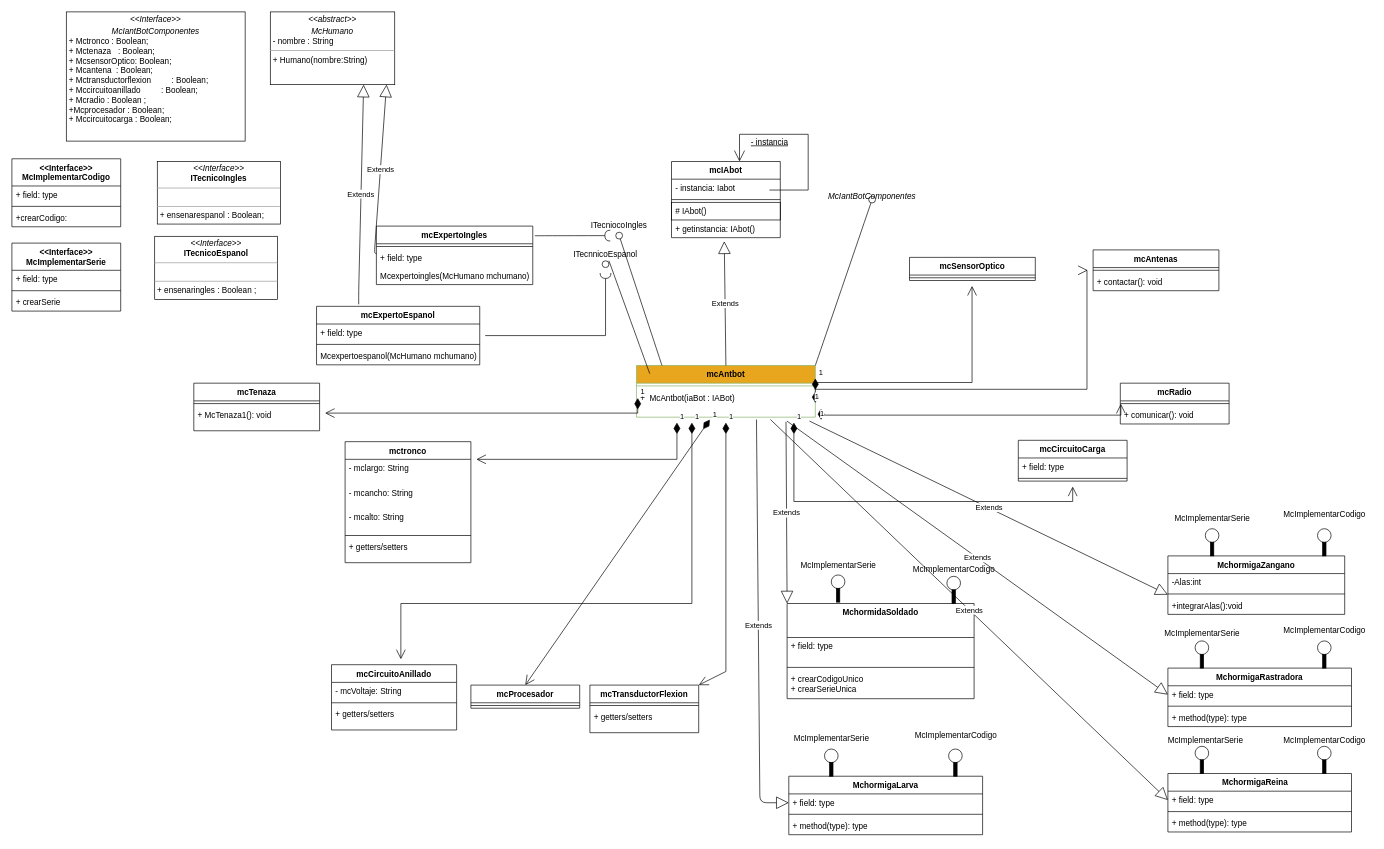
This is MCutilities/diagramaClasaAntoBot.dio from Vladimirjon/AntBot, a draw.io file, before an edit. Source tidied: cells renumbered, new cells numbered last; positions are measured from the earlier drawing's top-left corner, leaving out a move shared by most shapes. Both pictures are drawn from the tidied source at 68%, with x=0, y=0 at pixel (12, 12).
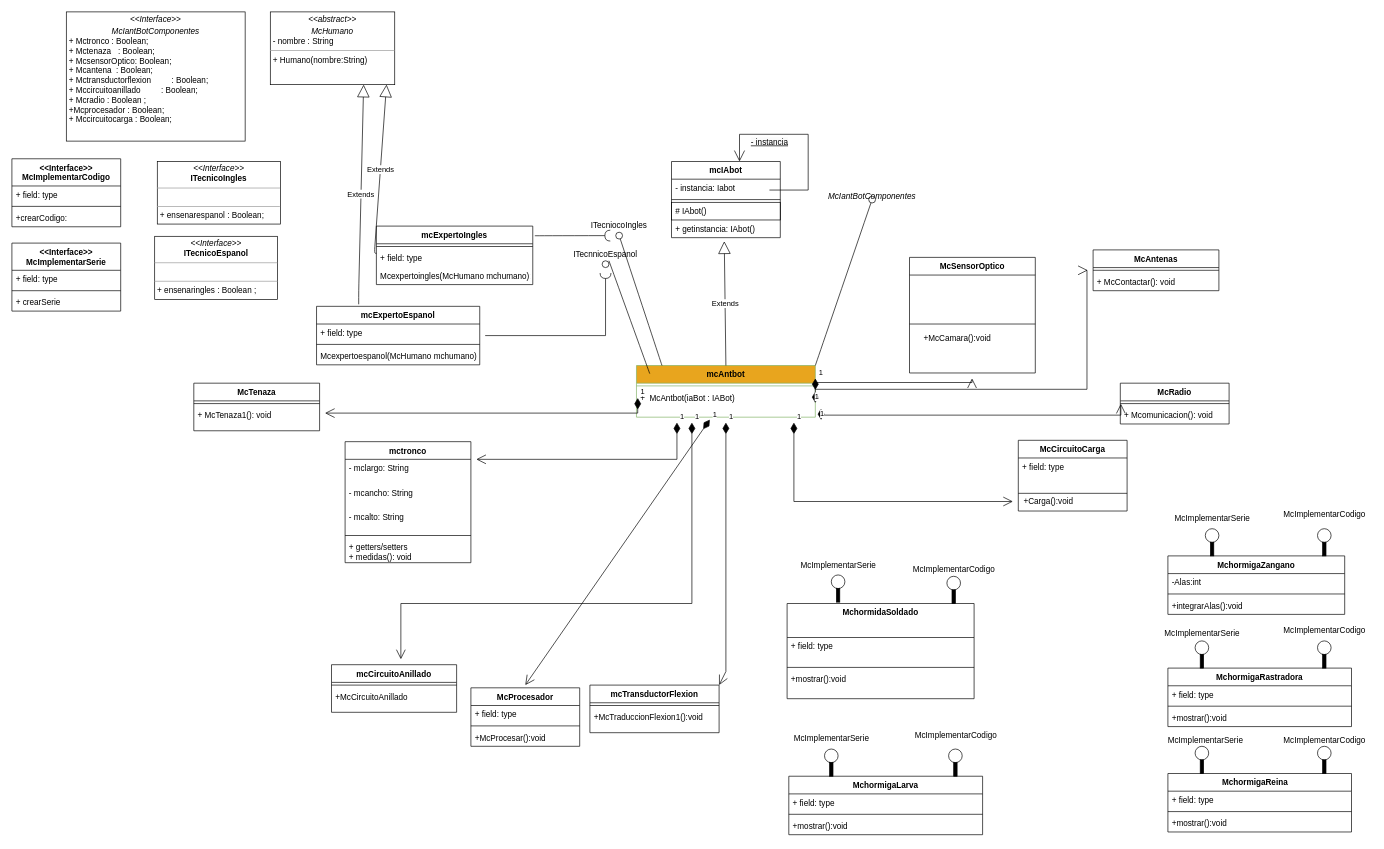
The same page after the edit.

Unchanged cells that the change refers to:
```xml
<mxCell id="11" value="+  McAntbot(iaBot : IABot)&#10;" style="text;strokeColor=none;fillColor=none;align=left;verticalAlign=top;spacingLeft=4;spacingRight=4;overflow=hidden;points=[[0,0.5],[1,0.5]];portConstraint=eastwest;" parent="9" vertex="1">
  <mxGeometry y="34" width="263" height="42" as="geometry" />
</mxCell>
<mxCell id="15" value="mctronco" style="swimlane;fontStyle=1;align=center;verticalAlign=top;horizontal=1;startSize=26;" parent="1" vertex="1">
  <mxGeometry x="490" y="632" width="185" height="178" as="geometry" />
</mxCell>
<mxCell id="73" value="MchormidaSoldado" style="swimlane;fontStyle=1;align=center;verticalAlign=top;horizontal=1;startSize=50;" parent="1" vertex="1">
  <mxGeometry x="1140" y="870" width="275" height="140" as="geometry" />
</mxCell>
<mxCell id="81" value="MchormigaLarva" style="swimlane;fontStyle=1;align=center;verticalAlign=top;horizontal=1;startSize=26;" parent="1" vertex="1">
  <mxGeometry x="1142.5" y="1124" width="285" height="86" as="geometry" />
</mxCell>
<mxCell id="82" value="+ field: type" style="text;strokeColor=none;fillColor=none;align=left;verticalAlign=top;spacingLeft=4;spacingRight=4;overflow=hidden;points=[[0,0.5],[1,0.5]];portConstraint=eastwest;" parent="81" vertex="1">
  <mxGeometry y="26" width="285" height="26" as="geometry" />
</mxCell>
<mxCell id="85" value="MchormigaRastradora" style="swimlane;fontStyle=1;align=center;verticalAlign=top;horizontal=1;startSize=26;" parent="1" vertex="1">
  <mxGeometry x="1700" y="965" width="270" height="86" as="geometry" />
</mxCell>
<mxCell id="86" value="+ field: type" style="text;strokeColor=none;fillColor=none;align=left;verticalAlign=top;spacingLeft=4;spacingRight=4;overflow=hidden;points=[[0,0.5],[1,0.5]];portConstraint=eastwest;" parent="85" vertex="1">
  <mxGeometry y="26" width="270" height="26" as="geometry" />
</mxCell>
<mxCell id="89" value="MchormigaReina    " style="swimlane;fontStyle=1;align=center;verticalAlign=top;horizontal=1;startSize=26;" parent="1" vertex="1">
  <mxGeometry x="1700" y="1120" width="270" height="86" as="geometry" />
</mxCell>
<mxCell id="90" value="+ field: type" style="text;strokeColor=none;fillColor=none;align=left;verticalAlign=top;spacingLeft=4;spacingRight=4;overflow=hidden;points=[[0,0.5],[1,0.5]];portConstraint=eastwest;" parent="89" vertex="1">
  <mxGeometry y="26" width="270" height="26" as="geometry" />
</mxCell>
```

The edit, as a diff of the source:
```diff
@@
-    <mxCell id="12" value="mcRadio" style="swimlane;fontStyle=1;align=center;verticalAlign=top;horizontal=1;startSize=26;" parent="1" vertex="1">
+    <mxCell id="12" value="McRadio" style="swimlane;fontStyle=1;align=center;verticalAlign=top;horizontal=1;startSize=26;" parent="1" vertex="1">
       <mxGeometry x="1630" y="546" width="160" height="60" as="geometry" />
     </mxCell>
@@
-    <mxCell id="14" value="+ comunicar(): void" style="text;strokeColor=none;fillColor=none;align=left;verticalAlign=top;spacingLeft=4;spacingRight=4;overflow=hidden;points=[[0,0.5],[1,0.5]];portConstraint=eastwest;" parent="12" vertex="1">
+    <mxCell id="14" value="+ Mcomunicacion(): void" style="text;strokeColor=none;fillColor=none;align=left;verticalAlign=top;spacingLeft=4;spacingRight=4;overflow=hidden;points=[[0,0.5],[1,0.5]];portConstraint=eastwest;" parent="12" vertex="1">
       <mxGeometry y="34" width="160" height="26" as="geometry" />
     </mxCell>
@@
-    <mxCell id="20" value="+ getters/setters" style="text;strokeColor=none;fillColor=none;align=left;verticalAlign=top;spacingLeft=4;spacingRight=4;overflow=hidden;" parent="15" vertex="1">
+    <mxCell id="20" value="+ getters/setters&#10;+ medidas(): void" style="text;strokeColor=none;fillColor=none;align=left;verticalAlign=top;spacingLeft=4;spacingRight=4;overflow=hidden;" parent="15" vertex="1">
       <mxGeometry y="142" width="185" height="36" as="geometry" />
     </mxCell>
@@
     <mxCell id="22" value="mcCircuitoAnillado" style="swimlane;fontStyle=1;align=center;verticalAlign=top;horizontal=1;startSize=26;" parent="1" vertex="1">
-      <mxGeometry x="470" y="960" width="184" height="96" as="geometry" />
+      <mxGeometry x="470" y="960" width="184" height="70" as="geometry" />
     </mxCell>
-    <mxCell id="23" value="- mcVoltaje: String" style="text;strokeColor=none;fillColor=none;align=left;verticalAlign=top;spacingLeft=4;spacingRight=4;overflow=hidden;" parent="22" vertex="1">
-      <mxGeometry y="26" width="184" height="26" as="geometry" />
-    </mxCell>
     <mxCell id="24" style="line;strokeWidth=1;fillColor=none;align=left;verticalAlign=middle;spacingTop=-1;spacingLeft=3;spacingRight=3;labelPosition=right;strokeColor=inherit;" parent="22" vertex="1">
-      <mxGeometry y="52" width="184" height="8" as="geometry" />
+      <mxGeometry y="26" width="184" height="8" as="geometry" />
     </mxCell>
-    <mxCell id="25" value="+ getters/setters" style="text;strokeColor=none;fillColor=none;align=left;verticalAlign=top;spacingLeft=4;spacingRight=4;overflow=hidden;" parent="22" vertex="1">
-      <mxGeometry y="60" width="184" height="36" as="geometry" />
+    <mxCell id="25" value="+McCircuitoAnillado" style="text;strokeColor=none;fillColor=none;align=left;verticalAlign=top;spacingLeft=4;spacingRight=4;overflow=hidden;" parent="22" vertex="1">
+      <mxGeometry y="34" width="184" height="36" as="geometry" />
     </mxCell>
-    <mxCell id="26" value="1" style="endArrow=open;html=1;endSize=12;startArrow=diamondThin;startSize=14;startFill=1;align=left;verticalAlign=bottom;rounded=0;sourcePerimeterSpacing=8;targetPerimeterSpacing=8;entryX=0.5;entryY=0;entryDx=0;entryDy=0;exitX=0.41;exitY=1.086;exitDx=0;exitDy=0;exitPerimeter=0;" parent="1" edge="1" source="11" target="33">
-      <mxGeometry x="-1" y="3" relative="1" as="geometry" />
+    <mxCell id="26" value="1" style="endArrow=open;html=1;endSize=12;startArrow=diamondThin;startSize=14;startFill=1;align=left;verticalAlign=bottom;rounded=0;sourcePerimeterSpacing=8;targetPerimeterSpacing=8;entryX=0.5;entryY=0;entryDx=0;entryDy=0;exitX=0.41;exitY=1.086;exitDx=0;exitDy=0;exitPerimeter=0;" parent="1" edge="1" source="11">
+      <mxGeometry x="-1" y="3" relative="1" as="geometry">
+        <mxPoint x="755" y="990" as="targetPoint" />
+      </mxGeometry>
     </mxCell>
@@
-    <mxCell id="28" value="mcCircuitoCarga" style="swimlane;fontStyle=1;align=center;verticalAlign=top;horizontal=1;startSize=26;" parent="1" vertex="1">
-      <mxGeometry x="1480" y="630" width="160" height="60" as="geometry" />
+    <mxCell id="28" value="McCircuitoCarga" style="swimlane;fontStyle=1;align=center;verticalAlign=top;horizontal=1;startSize=26;" parent="1" vertex="1">
+      <mxGeometry x="1480" y="630" width="160" height="104" as="geometry" />
     </mxCell>
@@
     <mxCell id="30" style="line;strokeWidth=1;fillColor=none;align=left;verticalAlign=middle;spacingTop=-1;spacingLeft=3;spacingRight=3;labelPosition=right;strokeColor=inherit;" parent="28" vertex="1">
-      <mxGeometry y="52" width="160" height="8" as="geometry" />
+      <mxGeometry y="52" width="160" height="52" as="geometry" />
     </mxCell>
@@
-    <mxCell id="33" value="mcProcesador" style="swimlane;fontStyle=1;align=center;verticalAlign=top;horizontal=1;startSize=26;" parent="1" vertex="1">
-      <mxGeometry x="675" y="990" width="160" height="34" as="geometry" />
-    </mxCell>
-    <mxCell id="34" style="line;strokeWidth=1;fillColor=none;align=left;verticalAlign=middle;spacingTop=-1;spacingLeft=3;spacingRight=3;labelPosition=right;strokeColor=inherit;" parent="33" vertex="1">
-      <mxGeometry y="26" width="160" height="8" as="geometry" />
-    </mxCell>
     <mxCell id="35" value="mcTransductorFlexion" style="swimlane;fontStyle=1;align=center;verticalAlign=top;horizontal=1;startSize=26;" parent="1" vertex="1">
-      <mxGeometry x="850" y="990" width="160" height="70" as="geometry" />
+      <mxGeometry x="850" y="990" width="190" height="70" as="geometry" />
     </mxCell>
     <mxCell id="36" style="line;strokeWidth=1;fillColor=none;align=left;verticalAlign=middle;spacingTop=-1;spacingLeft=3;spacingRight=3;labelPosition=right;strokeColor=inherit;" parent="35" vertex="1">
-      <mxGeometry y="26" width="160" height="8" as="geometry" />
+      <mxGeometry y="26" width="190" height="8" as="geometry" />
     </mxCell>
-    <mxCell id="37" value="+ getters/setters" style="text;strokeColor=none;fillColor=none;align=left;verticalAlign=top;spacingLeft=4;spacingRight=4;overflow=hidden;" parent="35" vertex="1">
-      <mxGeometry y="34" width="160" height="36" as="geometry" />
+    <mxCell id="37" value="+McTraduccionFlexion1():void" style="text;strokeColor=none;fillColor=none;align=left;verticalAlign=top;spacingLeft=4;spacingRight=4;overflow=hidden;" parent="35" vertex="1">
+      <mxGeometry y="34" width="190" height="36" as="geometry" />
     </mxCell>
-    <mxCell id="38" value="mcTenaza" style="swimlane;fontStyle=1;align=center;verticalAlign=top;horizontal=1;startSize=26;" parent="1" vertex="1">
+    <mxCell id="38" value="McTenaza" style="swimlane;fontStyle=1;align=center;verticalAlign=top;horizontal=1;startSize=26;" parent="1" vertex="1">
       <mxGeometry x="267.5" y="546" width="185" height="70" as="geometry" />
     </mxCell>
@@
-    <mxCell id="42" value="mcSensorOptico" style="swimlane;fontStyle=1;align=center;verticalAlign=top;horizontal=1;startSize=26;" parent="1" vertex="1">
-      <mxGeometry x="1320" y="361" width="185" height="34" as="geometry" />
+    <mxCell id="42" value="McSensorOptico" style="swimlane;fontStyle=1;align=center;verticalAlign=top;horizontal=1;startSize=26;" parent="1" vertex="1">
+      <mxGeometry x="1320" y="361" width="185" height="170" as="geometry" />
     </mxCell>
     <mxCell id="43" style="line;strokeWidth=1;fillColor=none;align=left;verticalAlign=middle;spacingTop=-1;spacingLeft=3;spacingRight=3;labelPosition=right;strokeColor=inherit;" parent="42" vertex="1">
-      <mxGeometry y="26" width="185" height="8" as="geometry" />
+      <mxGeometry y="26" width="185" height="144" as="geometry" />
     </mxCell>
@@
-    <mxCell id="45" value="mcAntenas" style="swimlane;fontStyle=1;align=center;verticalAlign=top;horizontal=1;startSize=26;" parent="1" vertex="1">
+    <mxCell id="45" value="McAntenas" style="swimlane;fontStyle=1;align=center;verticalAlign=top;horizontal=1;startSize=26;" parent="1" vertex="1">
       <mxGeometry x="1590" y="350" width="185" height="60" as="geometry" />
     </mxCell>
@@
-    <mxCell id="47" value="+ contactar(): void" style="text;strokeColor=none;fillColor=none;align=left;verticalAlign=top;spacingLeft=4;spacingRight=4;overflow=hidden;" parent="45" vertex="1">
+    <mxCell id="47" value="+ McContactar(): void" style="text;strokeColor=none;fillColor=none;align=left;verticalAlign=top;spacingLeft=4;spacingRight=4;overflow=hidden;" parent="45" vertex="1">
       <mxGeometry y="34" width="185" height="26" as="geometry" />
     </mxCell>
@@
-    <mxCell id="76" value="+ crearCodigoUnico&#10;+ crearSerieUnica&#10;" style="text;strokeColor=none;fillColor=none;align=left;verticalAlign=top;spacingLeft=4;spacingRight=4;overflow=hidden;" parent="73" vertex="1">
+    <mxCell id="76" value="+mostrar():void" style="text;strokeColor=none;fillColor=none;align=left;verticalAlign=top;spacingLeft=4;spacingRight=4;overflow=hidden;" parent="73" vertex="1">
       <mxGeometry y="98" width="275" height="42" as="geometry" />
     </mxCell>
@@
-    <mxCell id="84" value="+ method(type): type" style="text;strokeColor=none;fillColor=none;align=left;verticalAlign=top;spacingLeft=4;spacingRight=4;overflow=hidden;" parent="81" vertex="1">
+    <mxCell id="84" value="+mostrar():void" style="text;strokeColor=none;fillColor=none;align=left;verticalAlign=top;spacingLeft=4;spacingRight=4;overflow=hidden;" parent="81" vertex="1">
       <mxGeometry y="60" width="285" height="26" as="geometry" />
     </mxCell>
@@
-    <mxCell id="88" value="+ method(type): type" style="text;strokeColor=none;fillColor=none;align=left;verticalAlign=top;spacingLeft=4;spacingRight=4;overflow=hidden;" parent="85" vertex="1">
+    <mxCell id="88" value="+mostrar():void" style="text;strokeColor=none;fillColor=none;align=left;verticalAlign=top;spacingLeft=4;spacingRight=4;overflow=hidden;" parent="85" vertex="1">
       <mxGeometry y="60" width="270" height="26" as="geometry" />
     </mxCell>
@@
-    <mxCell id="92" value="+ method(type): type" style="text;strokeColor=none;fillColor=none;align=left;verticalAlign=top;spacingLeft=4;spacingRight=4;overflow=hidden;" parent="89" vertex="1">
+    <mxCell id="92" value="+mostrar():void" style="text;strokeColor=none;fillColor=none;align=left;verticalAlign=top;spacingLeft=4;spacingRight=4;overflow=hidden;" parent="89" vertex="1">
       <mxGeometry y="60" width="270" height="26" as="geometry" />
     </mxCell>
@@
-    <mxCell id="131" value="Extends" style="endArrow=block;endSize=16;endFill=0;html=1;exitX=0.836;exitY=1.163;exitDx=0;exitDy=0;exitPerimeter=0;entryX=0;entryY=0;entryDx=0;entryDy=0;" parent="1" edge="1" source="11" target="73">
-      <mxGeometry relative="1" as="geometry" />
-    </mxCell>
-    <mxCell id="132" value="Extends" style="endArrow=block;endSize=16;endFill=0;html=1;exitX=0.671;exitY=1.082;exitDx=0;exitDy=0;exitPerimeter=0;entryX=0;entryY=0.5;entryDx=0;entryDy=0;" parent="1" edge="1" source="11" target="82">
-      <mxGeometry relative="1" as="geometry">
-        <Array as="points">
-          <mxPoint x="1100" y="1163" />
-        </Array>
-      </mxGeometry>
-    </mxCell>
-    <mxCell id="133" value="Extends" style="endArrow=block;endSize=16;endFill=0;html=1;exitX=0.967;exitY=1.136;exitDx=0;exitDy=0;exitPerimeter=0;" parent="1" edge="1" source="11">
-      <mxGeometry relative="1" as="geometry">
-        <mxPoint x="1700" y="857" as="targetPoint" />
-      </mxGeometry>
-    </mxCell>
-    <mxCell id="134" value="Extends" style="endArrow=block;endSize=16;endFill=0;html=1;entryX=0;entryY=0.5;entryDx=0;entryDy=0;exitX=0.841;exitY=1.136;exitDx=0;exitDy=0;exitPerimeter=0;" parent="1" edge="1" source="11" target="86">
-      <mxGeometry relative="1" as="geometry" />
-    </mxCell>
-    <mxCell id="135" value="Extends" style="endArrow=block;endSize=16;endFill=0;html=1;entryX=0;entryY=0.5;entryDx=0;entryDy=0;exitX=0.749;exitY=1.082;exitDx=0;exitDy=0;exitPerimeter=0;" parent="1" edge="1" source="11" target="90">
-      <mxGeometry relative="1" as="geometry" />
-    </mxCell>
+    <mxCell id="136" value="+McCamara():void" style="text;html=1;align=center;verticalAlign=middle;strokeColor=none;fillColor=none;" parent="1" vertex="1">
+      <mxGeometry x="1330" y="465" width="120" height="30" as="geometry" />
+    </mxCell>
+    <mxCell id="137" value="McProcesador" style="swimlane;fontStyle=1;align=center;verticalAlign=top;horizontal=1;startSize=26;" parent="1" vertex="1">
+      <mxGeometry x="675" y="994" width="160" height="86" as="geometry" />
+    </mxCell>
+    <mxCell id="138" value="+ field: type" style="text;strokeColor=none;fillColor=none;align=left;verticalAlign=top;spacingLeft=4;spacingRight=4;overflow=hidden;" parent="137" vertex="1">
+      <mxGeometry y="26" width="160" height="26" as="geometry" />
+    </mxCell>
+    <mxCell id="139" style="line;strokeWidth=1;fillColor=none;align=left;verticalAlign=middle;spacingTop=-1;spacingLeft=3;spacingRight=3;labelPosition=right;strokeColor=inherit;" parent="137" vertex="1">
+      <mxGeometry y="52" width="160" height="8" as="geometry" />
+    </mxCell>
+    <mxCell id="140" value="+McProcesar():void" style="text;strokeColor=none;fillColor=none;align=left;verticalAlign=top;spacingLeft=4;spacingRight=4;overflow=hidden;" parent="137" vertex="1">
+      <mxGeometry y="60" width="160" height="26" as="geometry" />
+    </mxCell>
+    <mxCell id="141" value="+Carga():void" style="text;html=1;align=center;verticalAlign=middle;strokeColor=none;fillColor=none;" parent="1" vertex="1">
+      <mxGeometry x="1474" y="705" width="100" height="30" as="geometry" />
+    </mxCell>
```
